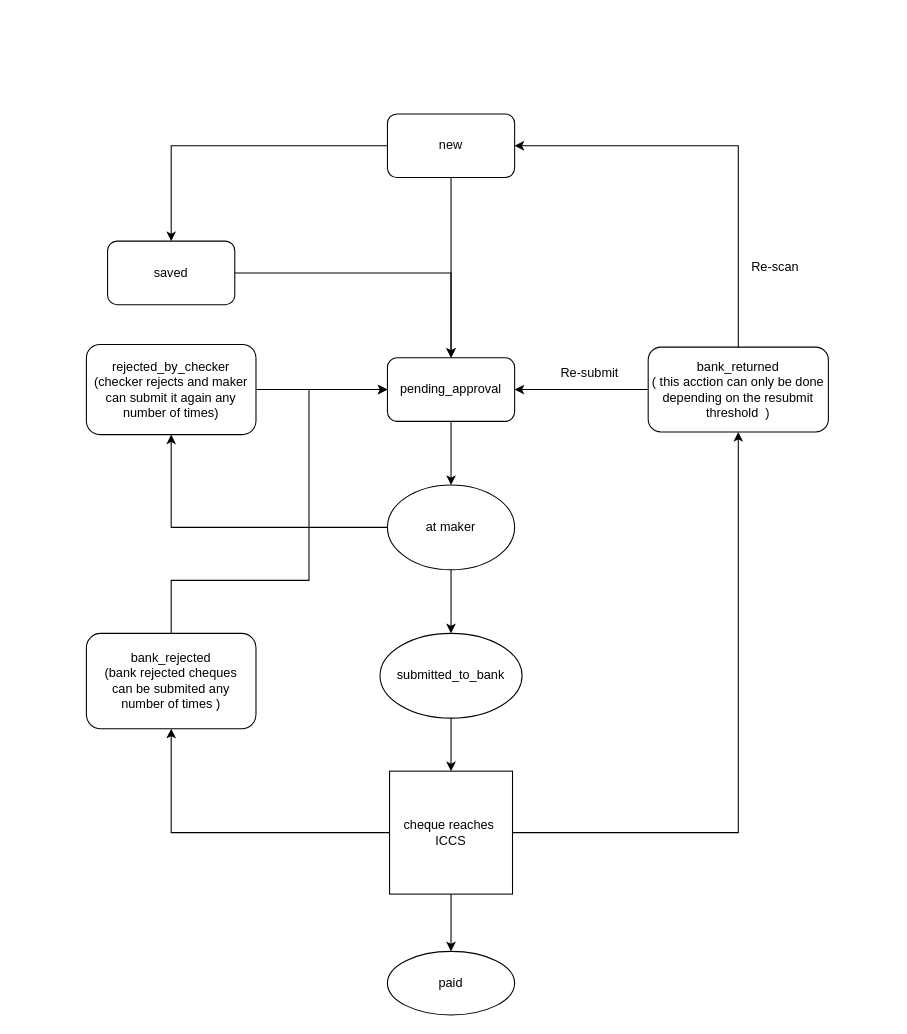
Before: page "Checker- Maker" (1 of 2) of Untitled Diagram.drawio in SyamuNani/maps, a draw.io diagram. Source tidied: cells renumbered, new cells numbered last; positions are measured from the earlier drawing's top-left corner, leaving out a move shared by most shapes. Both pictures are drawn from the tidied source at 106%, with x=0, y=0 at pixel (86, 113).
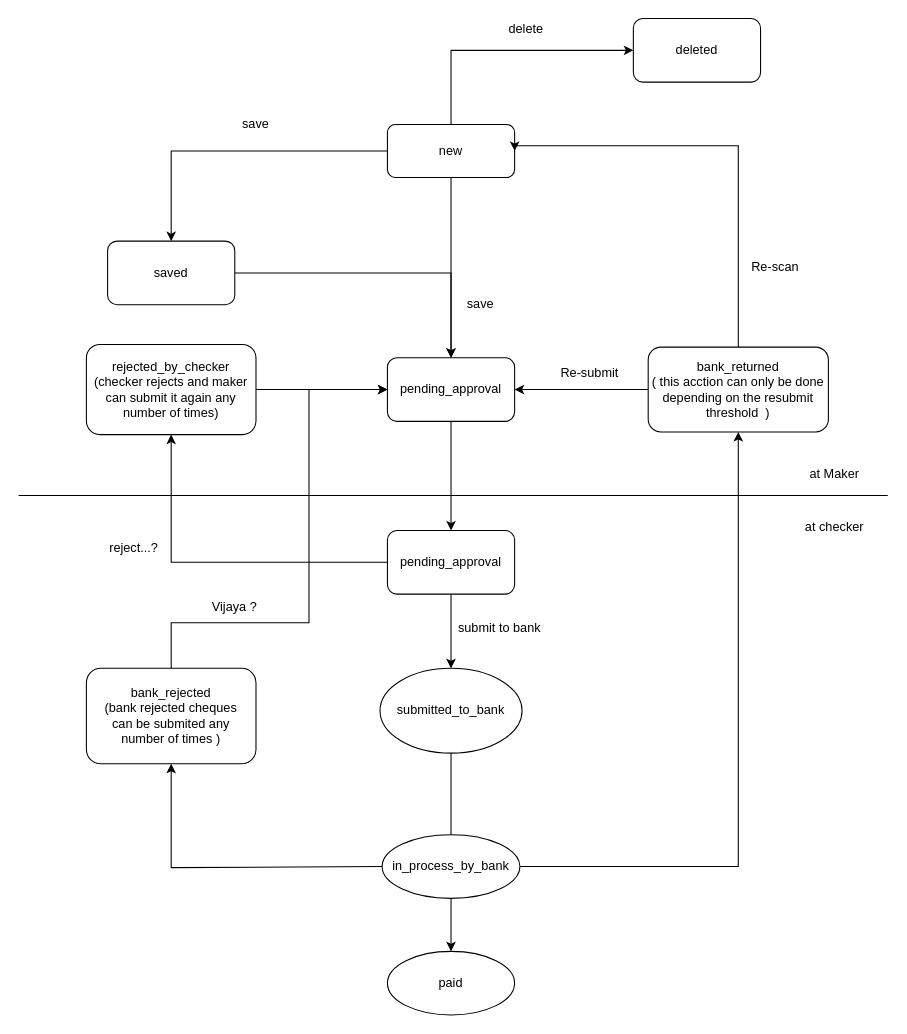
After the change.

Unchanged cells that the change refers to:
```xml
<mxCell id="8" value="pending_approval" style="rounded=1;whiteSpace=wrap;html=1;" parent="1" vertex="1">
  <mxGeometry x="284" y="230" width="120" height="60" as="geometry" />
</mxCell>
<mxCell id="15" value="rejected_by_checker&lt;br&gt;(checker rejects and maker can submit it again any number of times)" style="rounded=1;whiteSpace=wrap;html=1;" parent="1" vertex="1">
  <mxGeometry y="217.5" width="160" height="85" as="geometry" />
</mxCell>
<mxCell id="23" value="bank_returned&lt;br&gt;( this acction can only be done depending on the resubmit threshold&amp;nbsp; )" style="rounded=1;whiteSpace=wrap;html=1;" parent="1" vertex="1">
  <mxGeometry x="530" y="220" width="170" height="80" as="geometry" />
</mxCell>
```

Change to the diagram source:
```diff
@@
+    <mxCell id="28" style="edgeStyle=none;html=1;entryX=0;entryY=0.5;entryDx=0;entryDy=0;rounded=0;" parent="1" edge="1" source="4" target="34">
+      <mxGeometry relative="1" as="geometry">
+        <Array as="points">
+          <mxPoint x="344" y="-60" />
+        </Array>
+      </mxGeometry>
+    </mxCell>
     <mxCell id="4" value="new" style="rounded=1;whiteSpace=wrap;html=1;" parent="1" vertex="1">
-      <mxGeometry x="284" width="120" height="60" as="geometry" />
+      <mxGeometry x="284" y="10" width="120" height="50" as="geometry" />
     </mxCell>
@@
-    <mxCell id="7" style="edgeStyle=orthogonalEdgeStyle;rounded=0;jettySize=auto;html=1;entryX=0.5;entryY=0;entryDx=0;entryDy=0;" parent="1" edge="1" source="8" target="11">
+    <mxCell id="7" style="edgeStyle=orthogonalEdgeStyle;rounded=0;jettySize=auto;html=1;entryX=0.5;entryY=0;entryDx=0;entryDy=0;" parent="1" edge="1" source="8" target="37">
       <mxGeometry relative="1" as="geometry" />
     </mxCell>
@@
-    <mxCell id="9" style="edgeStyle=orthogonalEdgeStyle;rounded=0;jettySize=auto;html=1;entryX=0.5;entryY=0;entryDx=0;entryDy=0;" parent="1" edge="1" source="11" target="13">
+    <mxCell id="9" style="edgeStyle=orthogonalEdgeStyle;rounded=0;jettySize=auto;html=1;entryX=0.5;entryY=0;entryDx=0;entryDy=0;exitX=0.5;exitY=1;exitDx=0;exitDy=0;" parent="1" edge="1" source="37" target="13">
       <mxGeometry relative="1" as="geometry" />
     </mxCell>
-    <mxCell id="10" style="edgeStyle=orthogonalEdgeStyle;rounded=0;jettySize=auto;html=1;" parent="1" edge="1" source="11" target="15">
+    <mxCell id="10" style="edgeStyle=orthogonalEdgeStyle;rounded=0;jettySize=auto;html=1;exitX=0;exitY=0.5;exitDx=0;exitDy=0;" parent="1" edge="1" source="37" target="15">
       <mxGeometry relative="1" as="geometry" />
     </mxCell>
-    <mxCell id="11" value="at maker" style="ellipse;whiteSpace=wrap;html=1;" parent="1" vertex="1">
-      <mxGeometry x="284" y="350" width="120" height="80" as="geometry" />
-    </mxCell>
-    <mxCell id="12" style="edgeStyle=orthogonalEdgeStyle;rounded=0;jettySize=auto;html=1;entryX=0.5;entryY=0;entryDx=0;entryDy=0;" parent="1" edge="1" source="13" target="19">
-      <mxGeometry relative="1" as="geometry" />
+    <mxCell id="12" style="edgeStyle=orthogonalEdgeStyle;rounded=0;jettySize=auto;html=1;" parent="1" edge="1" source="13">
+      <mxGeometry relative="1" as="geometry">
+        <mxPoint x="344" y="690" as="targetPoint" />
+      </mxGeometry>
     </mxCell>
     <mxCell id="13" value="submitted_to_bank" style="ellipse;whiteSpace=wrap;html=1;" parent="1" vertex="1">
-      <mxGeometry x="277" y="490" width="134" height="80" as="geometry" />
+      <mxGeometry x="277" y="523" width="134" height="80" as="geometry" />
     </mxCell>
@@
-    <mxCell id="16" style="edgeStyle=orthogonalEdgeStyle;rounded=0;jettySize=auto;html=1;" parent="1" edge="1" source="19" target="20">
-      <mxGeometry relative="1" as="geometry" />
-    </mxCell>
-    <mxCell id="17" style="edgeStyle=orthogonalEdgeStyle;rounded=0;jettySize=auto;html=1;" parent="1" edge="1" source="19" target="23">
+    <mxCell id="17" style="edgeStyle=orthogonalEdgeStyle;rounded=0;jettySize=auto;html=1;exitX=1;exitY=0.5;exitDx=0;exitDy=0;" parent="1" edge="1" source="20" target="23">
       <mxGeometry relative="1" as="geometry" />
     </mxCell>
-    <mxCell id="18" style="edgeStyle=none;html=1;entryX=0.5;entryY=1;entryDx=0;entryDy=0;rounded=0;" parent="1" edge="1" source="19" target="27">
+    <mxCell id="18" style="edgeStyle=none;html=1;entryX=0.5;entryY=1;entryDx=0;entryDy=0;rounded=0;exitX=0;exitY=0.5;exitDx=0;exitDy=0;" parent="1" edge="1" source="20" target="27">
       <mxGeometry relative="1" as="geometry">
         <Array as="points">
-          <mxPoint x="80" y="678" />
+          <mxPoint x="80" y="711" />
         </Array>
       </mxGeometry>
     </mxCell>
-    <mxCell id="19" value="cheque reaches&amp;nbsp;&lt;br&gt;ICCS" style="whiteSpace=wrap;html=1;" parent="1" vertex="1">
-      <mxGeometry x="286" y="620" width="116" height="116" as="geometry" />
-    </mxCell>
+    <mxCell id="29" style="edgeStyle=none;rounded=0;html=1;" parent="1" edge="1" source="20" target="41">
+      <mxGeometry relative="1" as="geometry" />
+    </mxCell>
-    <mxCell id="20" value="paid" style="ellipse;whiteSpace=wrap;html=1;" parent="1" vertex="1">
-      <mxGeometry x="284" y="790" width="120" height="60" as="geometry" />
+    <mxCell id="20" value="in_process_by_bank" style="ellipse;whiteSpace=wrap;html=1;" parent="1" vertex="1">
+      <mxGeometry x="279" y="680" width="130" height="60" as="geometry" />
     </mxCell>
@@
     <mxCell id="26" style="edgeStyle=none;rounded=0;html=1;entryX=0;entryY=0.5;entryDx=0;entryDy=0;" parent="1" edge="1" source="27" target="8">
       <mxGeometry relative="1" as="geometry">
         <Array as="points">
-          <mxPoint x="80" y="440" />
-          <mxPoint x="210" y="440" />
+          <mxPoint x="80" y="480" />
+          <mxPoint x="210" y="480" />
           <mxPoint x="210" y="260" />
         </Array>
       </mxGeometry>
     </mxCell>
     <mxCell id="27" value="bank_rejected&lt;br&gt;(bank rejected cheques &lt;br&gt;can be submited any &lt;br&gt;number of times )" style="rounded=1;whiteSpace=wrap;html=1;" parent="1" vertex="1">
-      <mxGeometry y="490" width="160" height="90" as="geometry" />
+      <mxGeometry y="523" width="160" height="90" as="geometry" />
     </mxCell>
+    <mxCell id="30" value="Vijaya ?" style="text;html=1;strokeColor=none;fillColor=none;align=center;verticalAlign=middle;whiteSpace=wrap;rounded=0;" parent="1" vertex="1">
+      <mxGeometry x="110" y="454.5" width="60" height="20" as="geometry" />
+    </mxCell>
+    <mxCell id="31" value="save" style="text;html=1;strokeColor=none;fillColor=none;align=center;verticalAlign=middle;whiteSpace=wrap;rounded=0;" parent="1" vertex="1">
+      <mxGeometry x="344" y="170" width="56" height="20" as="geometry" />
+    </mxCell>
+    <mxCell id="32" value="save" style="text;html=1;strokeColor=none;fillColor=none;align=center;verticalAlign=middle;whiteSpace=wrap;rounded=0;" parent="1" vertex="1">
+      <mxGeometry x="140" width="40" height="20" as="geometry" />
+    </mxCell>
+    <mxCell id="33" value="reject...?" style="text;html=1;strokeColor=none;fillColor=none;align=center;verticalAlign=middle;whiteSpace=wrap;rounded=0;" parent="1" vertex="1">
+      <mxGeometry x="20" y="400" width="50" height="20" as="geometry" />
+    </mxCell>
+    <mxCell id="34" value="deleted" style="rounded=1;whiteSpace=wrap;html=1;" parent="1" vertex="1">
+      <mxGeometry x="516" y="-90" width="120" height="60" as="geometry" />
+    </mxCell>
+    <mxCell id="35" value="delete" style="text;html=1;strokeColor=none;fillColor=none;align=center;verticalAlign=middle;whiteSpace=wrap;rounded=0;" parent="1" vertex="1">
+      <mxGeometry x="390" y="-90" width="50" height="20" as="geometry" />
+    </mxCell>
+    <mxCell id="36" value="submit to bank" style="text;html=1;strokeColor=none;fillColor=none;align=center;verticalAlign=middle;whiteSpace=wrap;rounded=0;" parent="1" vertex="1">
+      <mxGeometry x="340" y="474.5" width="100" height="20" as="geometry" />
+    </mxCell>
+    <mxCell id="37" value="&lt;span&gt;pending_approval&lt;/span&gt;" style="rounded=1;whiteSpace=wrap;html=1;" parent="1" vertex="1">
+      <mxGeometry x="284" y="393" width="120" height="60" as="geometry" />
+    </mxCell>
+    <mxCell id="38" style="endArrow=none;html=1;" parent="1" edge="1">
+      <mxGeometry relative="1" as="geometry">
+        <mxPoint x="-64" y="360" as="sourcePoint" />
+        <mxPoint x="756" y="360" as="targetPoint" />
+      </mxGeometry>
+    </mxCell>
+    <mxCell id="39" value="at checker" style="text;html=1;strokeColor=none;fillColor=none;align=center;verticalAlign=middle;whiteSpace=wrap;rounded=0;" parent="1" vertex="1">
+      <mxGeometry x="666" y="380" width="80" height="20" as="geometry" />
+    </mxCell>
+    <mxCell id="40" value="at Maker" style="text;html=1;strokeColor=none;fillColor=none;align=center;verticalAlign=middle;whiteSpace=wrap;rounded=0;" parent="1" vertex="1">
+      <mxGeometry x="666" y="330" width="80" height="20" as="geometry" />
+    </mxCell>
+    <mxCell id="41" value="paid" style="ellipse;whiteSpace=wrap;html=1;" parent="1" vertex="1">
+      <mxGeometry x="284" y="790" width="120" height="60" as="geometry" />
+    </mxCell>
```
